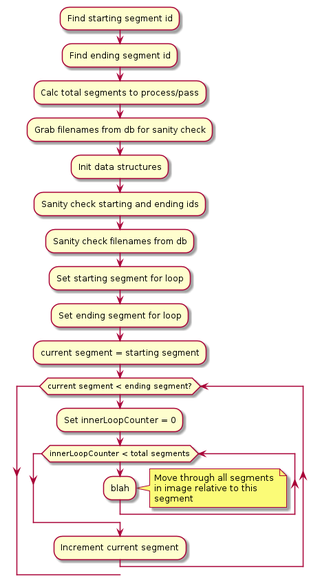
Before: docs/synthesis_activity_diagram.png, a diagram exported from PlantUML (mrobbeloth/obstruction).
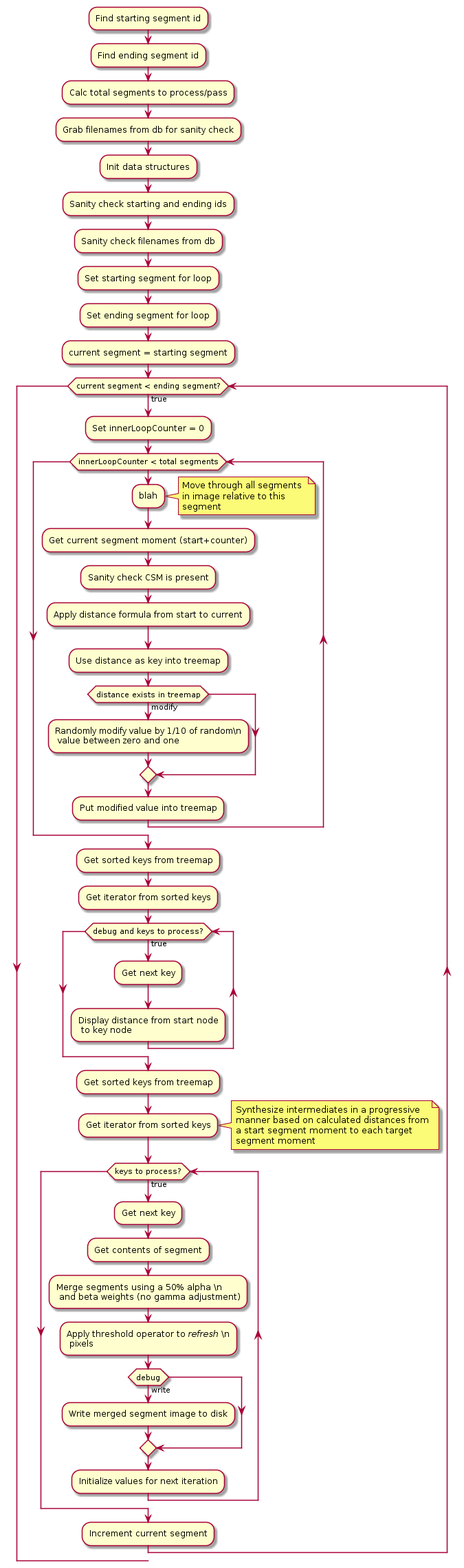
Later version of the same file.

Commit message:
Finish writing activity diagram

The edit, as a diff of the source:
```diff
@@ -9,7 +9,7 @@
 :Set starting segment for loop;
 :Set ending segment for loop;
 :current segment = starting segment;
-while (current segment < ending segment?)
+while (current segment < ending segment?) is (true)
    :Set innerLoopCounter = 0;
    while (innerLoopCounter < total segments)
       :blah;
@@ -18,6 +18,41 @@
          in image relative to this
          segment
       end note
+      :Get current segment moment (start+counter);
+      :Sanity check CSM is present;
+      :Apply distance formula from start to current;
+      :Use distance as key into treemap;
+      if (distance exists in treemap) then (modify)
+         :Randomly modify value by 1/10 of random\n
+          value between zero and one;
+      endif
+      :Put modified value into treemap;
+   endwhile
+   :Get sorted keys from treemap;
+   :Get iterator from sorted keys;
+   while (debug and keys to process?) is (true)
+      :Get next key;
+      :Display distance from start node\n to key node;
+   endwhile
+   :Get sorted keys from treemap;
+   :Get iterator from sorted keys;
+   note right
+      Synthesize intermediates in a progressive
+      manner based on calculated distances from
+      a start segment moment to each target
+      segment moment
+   end note
+   while (keys to process?) is (true)
+      :Get next key;
+      :Get contents of segment;
+      :Merge segments using a 50% alpha \n
+       and beta weights (no gamma adjustment);
+      :Apply threshold operator to <i>refresh</i> \n
+       pixels;
+       if (debug) then (write)
+          :Write merged segment image to disk;
+       endif
+      :Initialize values for next iteration;
    endwhile
    :Increment current segment;
 endwhile
```
